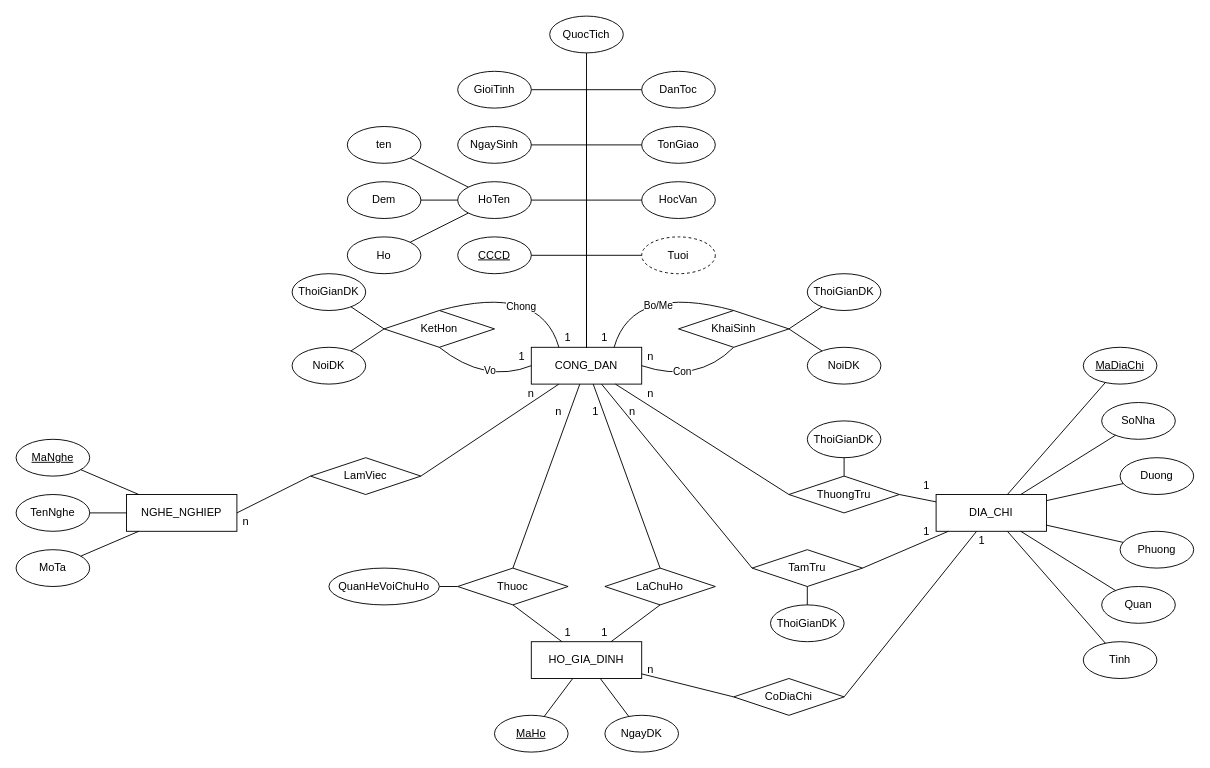
Before: csdl_dan_cu_er_model.drawio in chopbong/learning-resources, a draw.io diagram. Source tidied: cells renumbered, new cells numbered last; positions are measured from the earlier drawing's top-left corner, leaving out a move shared by most shapes. Both pictures are drawn from the tidied source at 92%, with x=0, y=0 at pixel (16, 16).
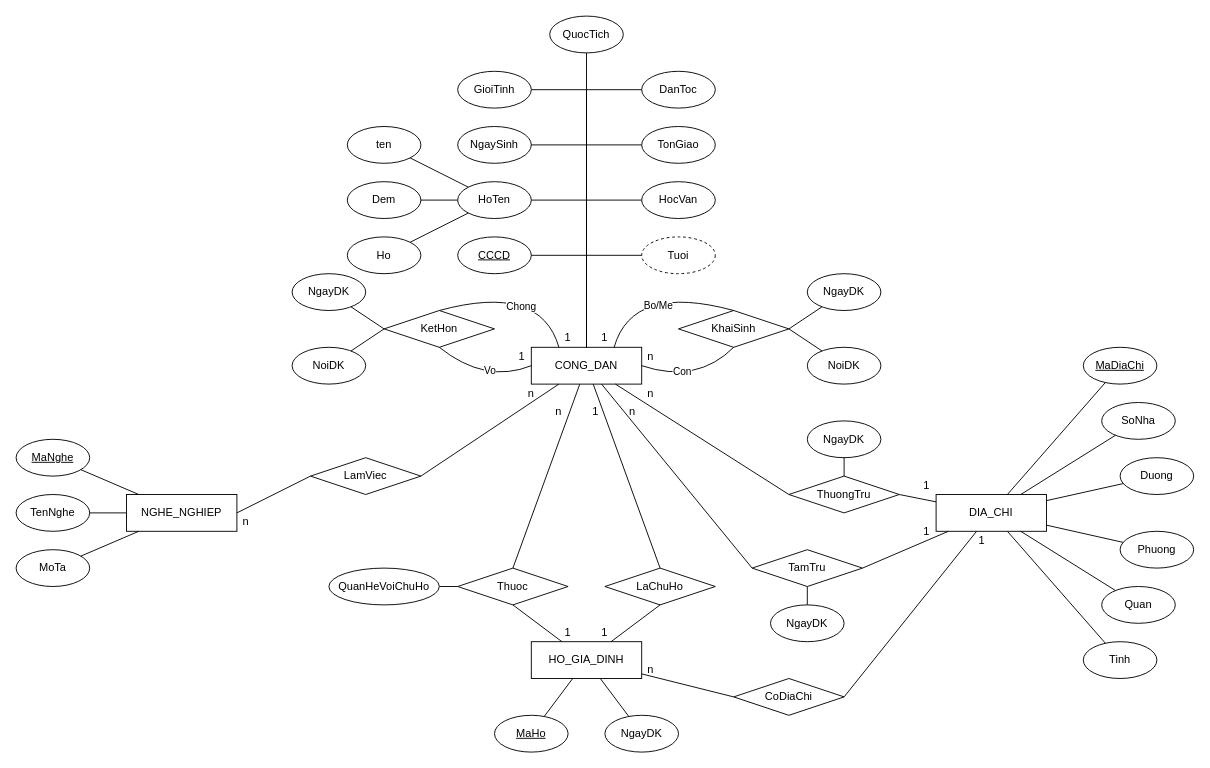
Above is the later version.

The change refers to these unchanged cells:
```xml
<mxCell id="2" style="group;" parent="1" vertex="1">
  <mxGeometry y="20" width="1280" height="780" as="geometry" />
</mxCell>
```

The edit, as a diff of the source:
```diff
@@
-    <mxCell id="57" value="ThoiGianDK" style="ellipse;whiteSpace=wrap;html=1;" parent="2" vertex="1">
+    <mxCell id="57" value="NgayDK" style="ellipse;whiteSpace=wrap;html=1;" parent="2" vertex="1">
       <mxGeometry x="860" y="420" width="80" height="40" as="geometry" />
     </mxCell>
-    <mxCell id="58" value="ThoiGianDK" style="ellipse;whiteSpace=wrap;html=1;" parent="2" vertex="1">
+    <mxCell id="58" value="NgayDK" style="ellipse;whiteSpace=wrap;html=1;" parent="2" vertex="1">
       <mxGeometry x="820" y="620" width="80" height="40" as="geometry" />
     </mxCell>
@@
-    <mxCell id="74" value="ThoiGianDK" style="ellipse;whiteSpace=wrap;html=1;" parent="2" vertex="1">
+    <mxCell id="74" value="NgayDK" style="ellipse;whiteSpace=wrap;html=1;" parent="2" vertex="1">
       <mxGeometry x="300" y="260" width="80" height="40" as="geometry" />
     </mxCell>
@@
-    <mxCell id="81" value="ThoiGianDK" style="ellipse;whiteSpace=wrap;html=1;" parent="2" vertex="1">
+    <mxCell id="81" value="NgayDK" style="ellipse;whiteSpace=wrap;html=1;" parent="2" vertex="1">
       <mxGeometry x="860" y="260" width="80" height="40" as="geometry" />
     </mxCell>
```
